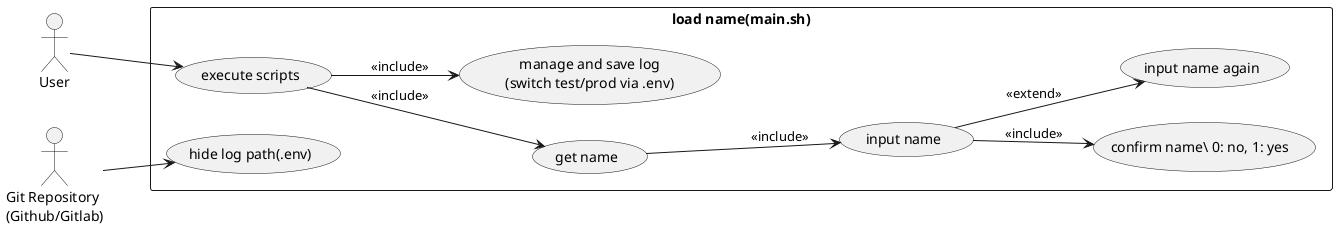
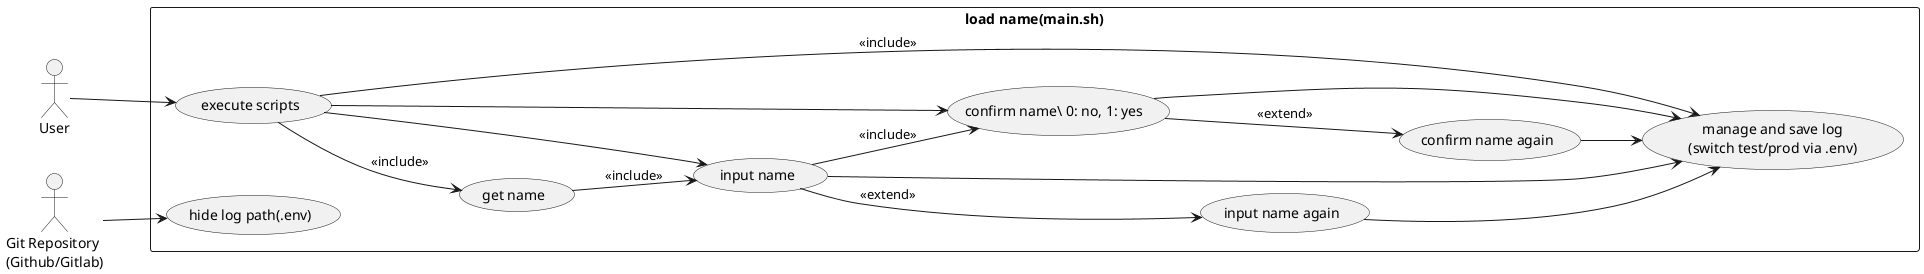
@startuml

skinparam packageStyle rectangle
left to right direction

actor "User" as user
actor "Git Repository\n(Github/Gitlab)" as git

rectangle "load name(main.sh)" {
	usecase "execute scripts" as main
	usecase "input name" as input
	usecase "confirm name\ 0: no, 1: yes " as conf
	usecase "input name again" as re_input
+ 	usecase "confirm name again" as re_conf
	usecase "get name" as get
	usecase "manage and save log\n(switch test/prod via .env)" as log
	usecase "hide log path(.env)" as git_hide
}

user --> main
main --> get: << include >>
get --> input: << include >>
input --> conf: << include >>
+ conf --> re_conf: << extend >>
input --> re_input: << extend >>
main --> log: << include >>
- 
+ main --> input << include >>
+ main --> conf << include >>
+ conf --> log << include >>
+ input --> log << include >>
+ re_conf --> log << include >>
+ re_input --> log << include >>

git --> git_hide



@enduml
